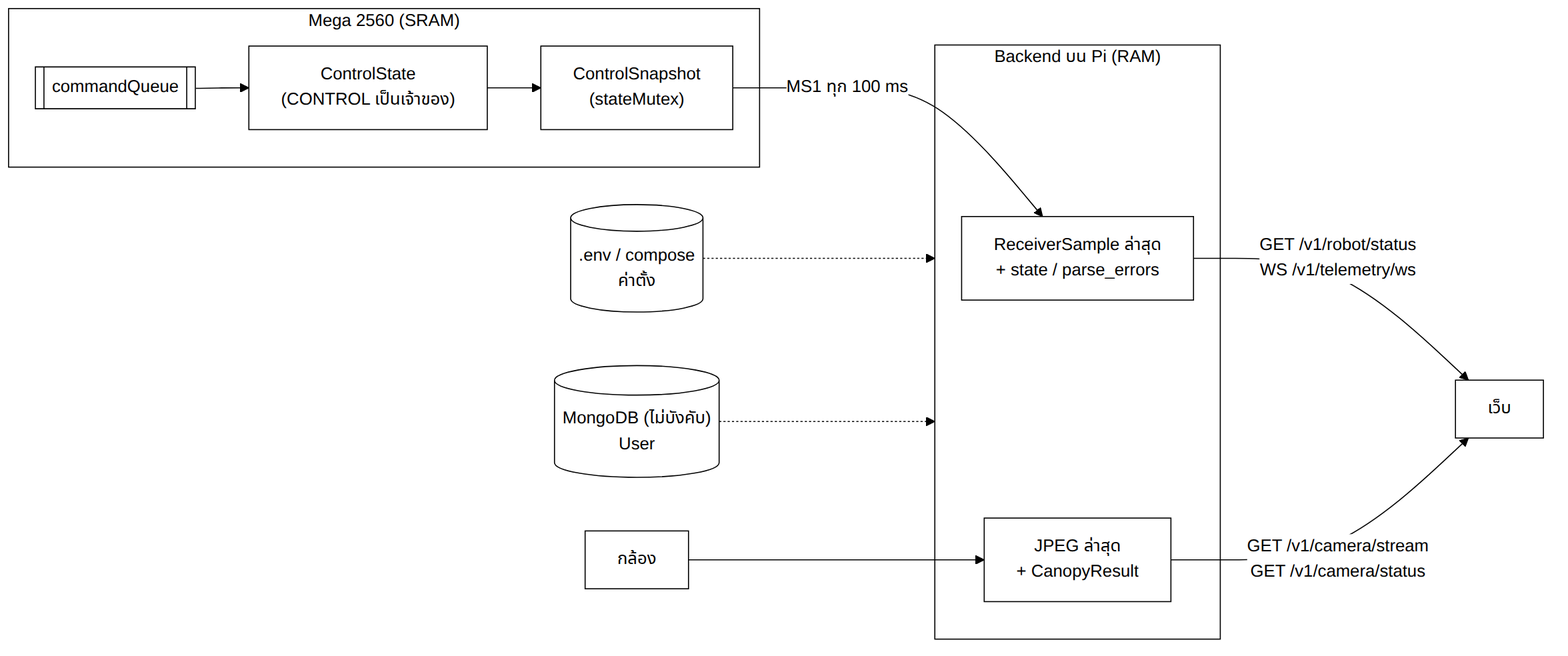
This is docs/images/5-1-data-relationships.png from SaktanuthPeak/durian-bot, a Mermaid export, as it was before one commit. Its source is kept beside it as docs/diagrams/5-1-data-relationships.mmd. Source of this version:
```mermaid
%%{init: {'theme': 'base', 'themeVariables': {'background': '#ffffff', 'mainBkg': '#ffffff', 'primaryColor': '#ffffff', 'secondaryColor': '#ffffff', 'tertiaryColor': '#ffffff', 'primaryTextColor': '#000000', 'secondaryTextColor': '#000000', 'tertiaryTextColor': '#000000', 'textColor': '#000000', 'primaryBorderColor': '#000000', 'secondaryBorderColor': '#000000', 'tertiaryBorderColor': '#000000', 'nodeBorder': '#000000', 'lineColor': '#000000', 'clusterBkg': '#ffffff', 'clusterBorder': '#000000', 'edgeLabelBackground': '#ffffff', 'titleColor': '#000000', 'actorBkg': '#ffffff', 'actorBorder': '#000000', 'actorTextColor': '#000000', 'actorLineColor': '#000000', 'signalColor': '#000000', 'signalTextColor': '#000000', 'labelBoxBkgColor': '#ffffff', 'labelBoxBorderColor': '#000000', 'labelTextColor': '#000000', 'loopTextColor': '#000000', 'noteBkgColor': '#ffffff', 'noteBorderColor': '#000000', 'noteTextColor': '#000000', 'activationBkgColor': '#ffffff', 'activationBorderColor': '#000000'}}}%%
flowchart LR
    subgraph MCU["Mega 2560 (SRAM)"]
        Q[["commandQueue"]] --> CS["ControlState<br/>(CONTROL เป็นเจ้าของ)"]
        CS --> SN["ControlSnapshot<br/>(stateMutex)"]
    end
    subgraph PI["Backend บน Pi (RAM)"]
        RS["ReceiverSample ล่าสุด<br/>+ state / parse_errors"]
        JP["JPEG ล่าสุด<br/>+ CanopyResult"]
    end
    CFG[(".env / compose<br/>ค่าตั้ง")] -.-> PI
    DB[("MongoDB (ไม่บังคับ)<br/>User")] -.-> PI
    SN -- "MS1 ทุก 100 ms" --> RS
    CAM["กล้อง"] --> JP
    RS -- "GET /v1/robot/status<br/>WS /v1/telemetry/ws" --> WEB["เว็บ"]
    JP -- "GET /v1/camera/stream<br/>GET /v1/camera/status" --> WEB
    classDef default fill:#ffffff,stroke:#000000,color:#000000;
    style MCU fill:#ffffff,stroke:#000000,color:#000000
    style PI fill:#ffffff,stroke:#000000,color:#000000
    linkStyle default stroke:#000000,color:#000000
```
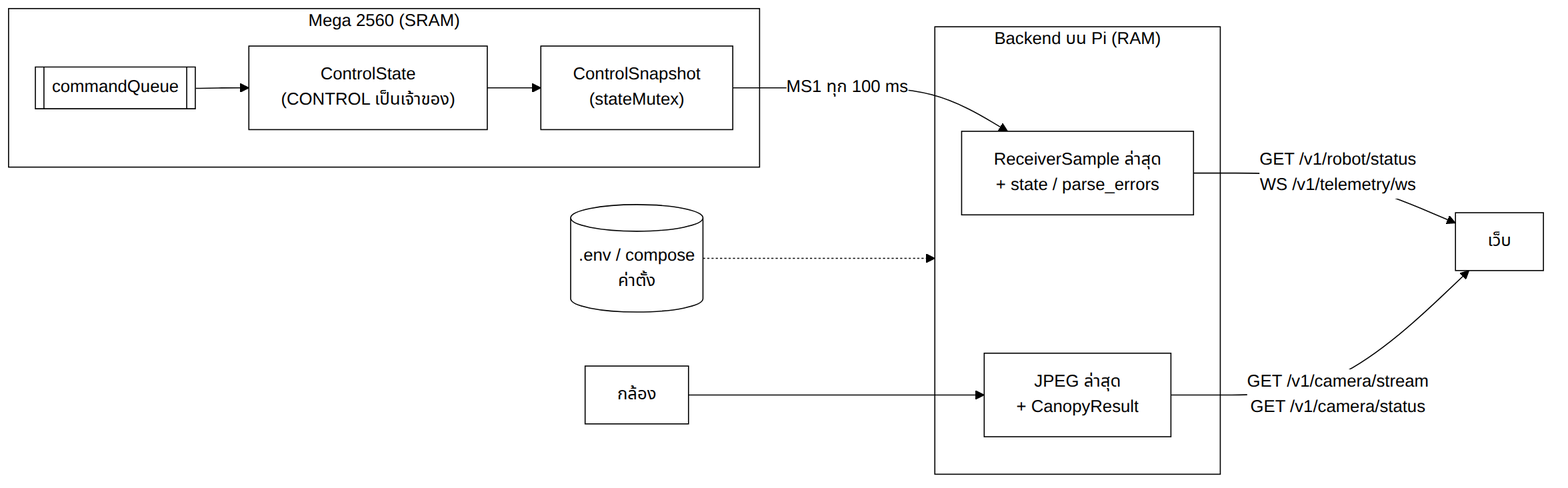
Above is the later version.

The edit, as a diff of the source:
```diff
@@ -9,7 +9,6 @@
         JP["JPEG ล่าสุด<br/>+ CanopyResult"]
     end
     CFG[(".env / compose<br/>ค่าตั้ง")] -.-> PI
-    DB[("MongoDB (ไม่บังคับ)<br/>User")] -.-> PI
     SN -- "MS1 ทุก 100 ms" --> RS
     CAM["กล้อง"] --> JP
     RS -- "GET /v1/robot/status<br/>WS /v1/telemetry/ws" --> WEB["เว็บ"]
```
